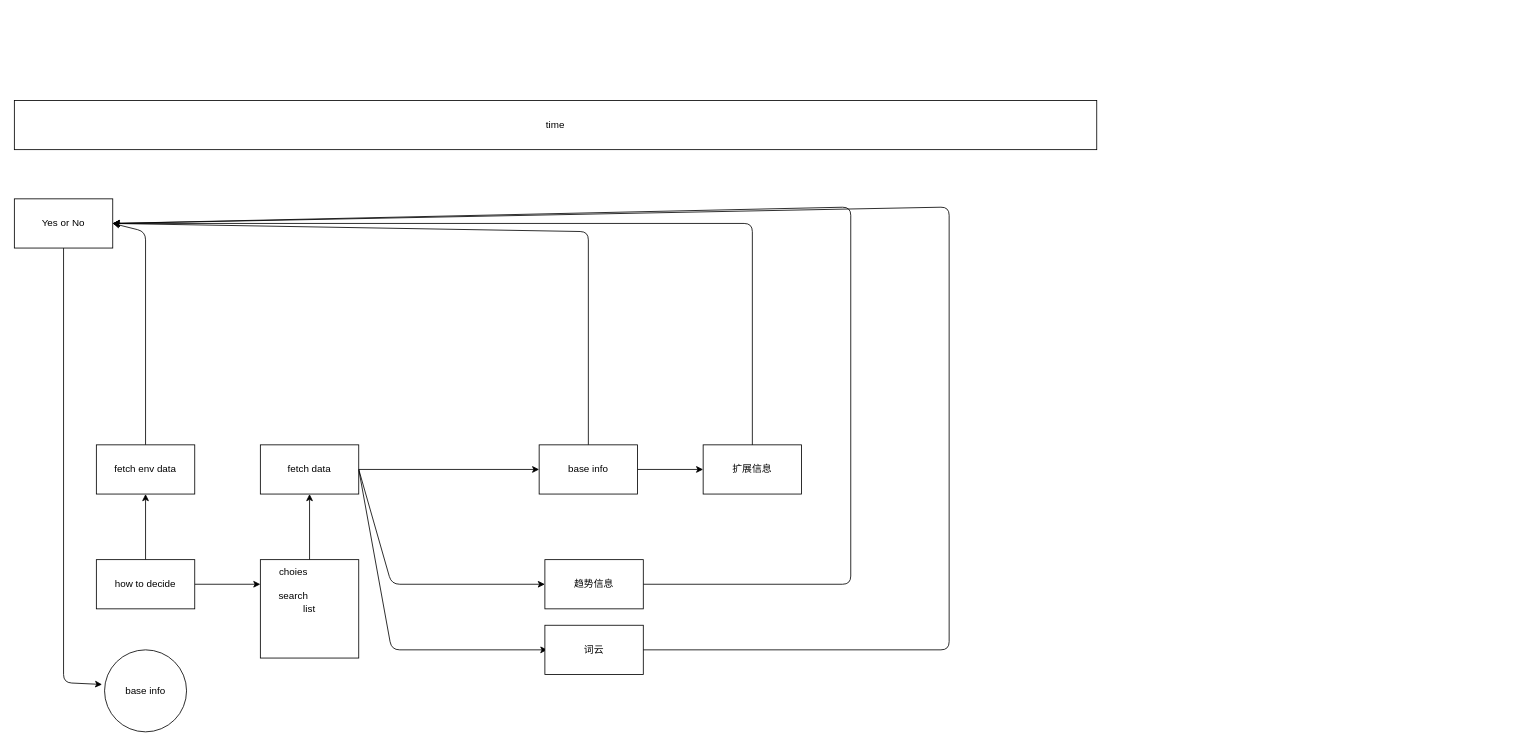
xilin98/Data-Science-For-Beginners keeps this draw.io diagram as MY-EXPLORE/what.dio. Above is the earlier version. Source tidied: cells renumbered, new cells numbered last; positions are measured from the earlier drawing's top-left corner, leaving out a move shared by most shapes. Both pictures are drawn from the tidied source at 82%, with x=0, y=0 at pixel (14, 100).
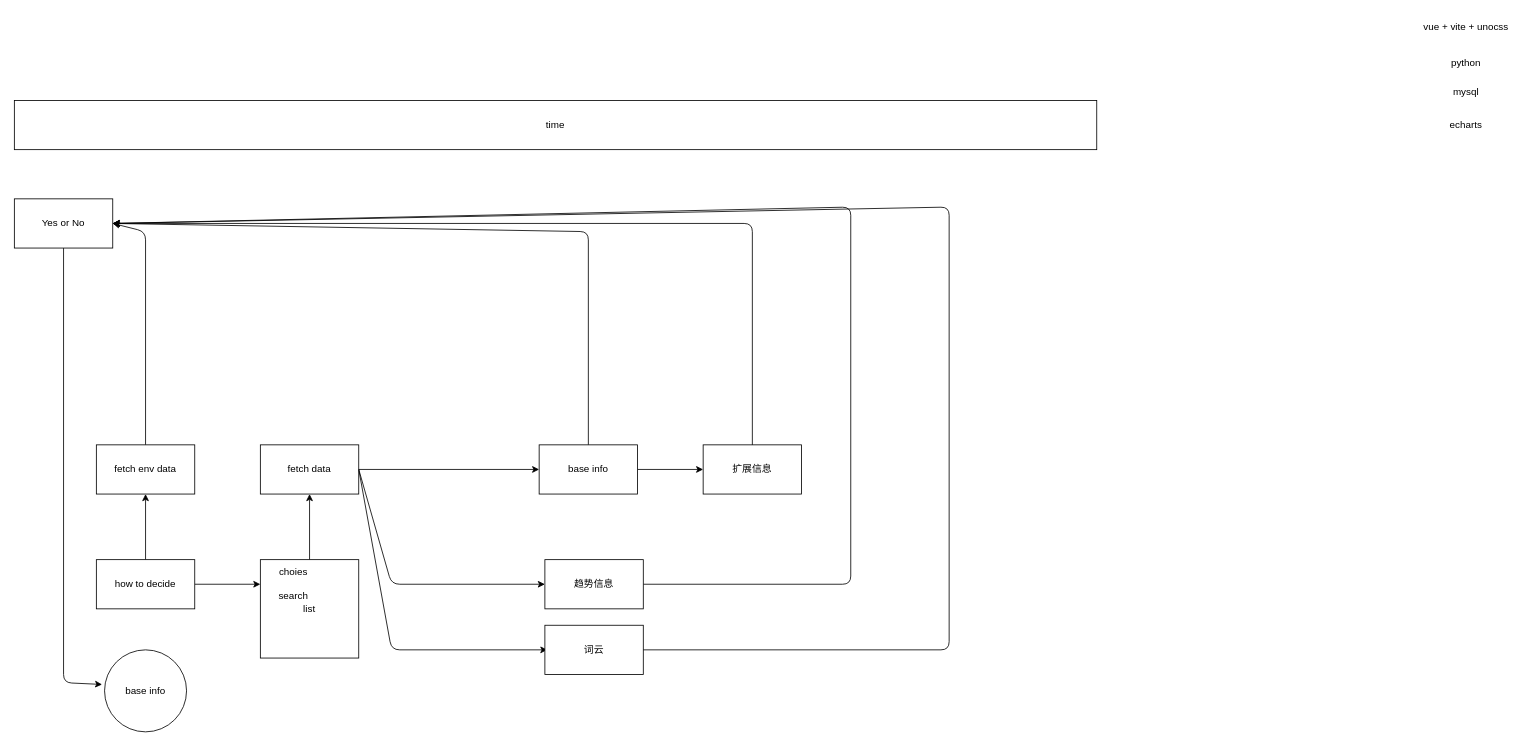
After the change.

The edit, as a diff of the source:
```diff
@@
+    <mxCell id="28" value="mysql" style="text;html=1;align=center;verticalAlign=middle;strokeColor=none;fillColor=none;" parent="1" vertex="1">
+      <mxGeometry x="1745" y="-25" width="50" height="30" as="geometry" />
+    </mxCell>
+    <mxCell id="29" value="python" style="text;html=1;align=center;verticalAlign=middle;strokeColor=none;fillColor=none;" parent="1" vertex="1">
+      <mxGeometry x="1740" y="-60" width="60" height="30" as="geometry" />
+    </mxCell>
+    <mxCell id="30" value="echarts" style="text;html=1;align=center;verticalAlign=middle;strokeColor=none;fillColor=none;" parent="1" vertex="1">
+      <mxGeometry x="1740" y="15" width="60" height="30" as="geometry" />
+    </mxCell>
+    <mxCell id="31" value="vue + vite + unocss" style="text;html=1;align=center;verticalAlign=middle;strokeColor=none;fillColor=none;" parent="1" vertex="1">
+      <mxGeometry x="1705" y="-105" width="130" height="30" as="geometry" />
+    </mxCell>
```
